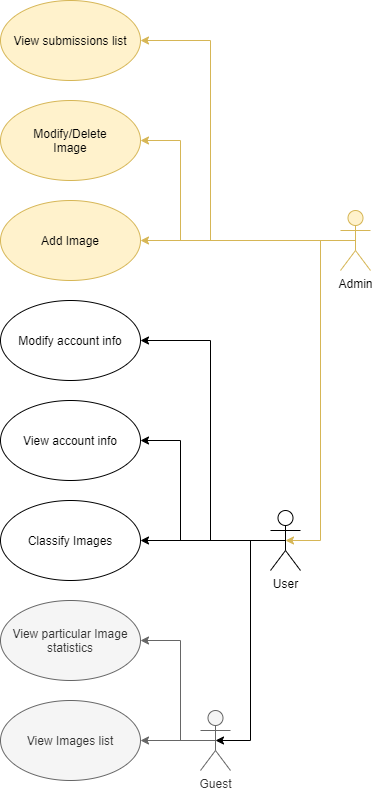
The draw.io diagram Figures/MNIST_Business_Model.png in Ahelsamahy/AFP1_MNIST, before a commit. Source tidied: cells renumbered, new cells last; positions are measured from the earlier drawing's top-left corner, leaving out a move shared by most shapes.
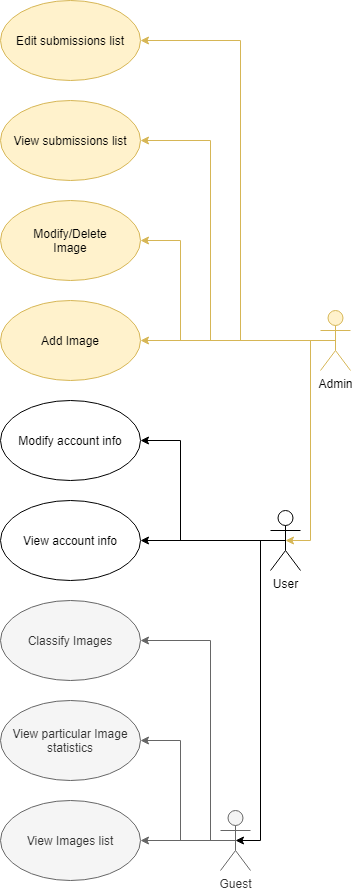
The same file after the commit.

Commit message:
Edited 3. Business model

Added edit submissions list functionality to admin

The edit, as a diff of the source:
```diff
@@ -13,52 +13,44 @@
         </Array>
       </mxGeometry>
     </mxCell>
+    <mxCell id="23" style="edgeStyle=orthogonalEdgeStyle;rounded=0;jettySize=auto;html=1;exitX=0.5;exitY=0.5;exitDx=0;exitDy=0;exitPerimeter=0;entryX=1;entryY=0.5;entryDx=0;entryDy=0;fillColor=#f5f5f5;strokeColor=#666666;" parent="1" edge="1" source="4" target="17">
+      <mxGeometry relative="1" as="geometry">
+        <Array as="points">
+          <mxPoint x="210" y="740" />
+          <mxPoint x="210" y="540" />
+        </Array>
+      </mxGeometry>
+    </mxCell>
     <mxCell id="4" value="Guest" style="shape=umlActor;verticalLabelPosition=bottom;verticalAlign=top;html=1;outlineConnect=0;fillColor=#f5f5f5;strokeColor=#666666;fontColor=#333333;" parent="1" vertex="1">
-      <mxGeometry x="200" y="710" width="30" height="60" as="geometry" />
+      <mxGeometry x="220" y="710" width="30" height="60" as="geometry" />
     </mxCell>
     <mxCell id="5" style="edgeStyle=orthogonalEdgeStyle;rounded=0;jettySize=auto;html=1;exitX=0.5;exitY=0.5;exitDx=0;exitDy=0;exitPerimeter=0;entryX=0.5;entryY=0.5;entryDx=0;entryDy=0;entryPerimeter=0;" parent="1" edge="1" source="9" target="4">
       <mxGeometry relative="1" as="geometry">
         <Array as="points">
-          <mxPoint x="250" y="540" />
-          <mxPoint x="250" y="740" />
+          <mxPoint x="260" y="440" />
+          <mxPoint x="260" y="740" />
         </Array>
       </mxGeometry>
     </mxCell>
-    <mxCell id="6" style="edgeStyle=orthogonalEdgeStyle;rounded=0;jettySize=auto;html=1;exitX=0.5;exitY=0.5;exitDx=0;exitDy=0;exitPerimeter=0;entryX=1;entryY=0.5;entryDx=0;entryDy=0;" parent="1" edge="1" source="9" target="17">
-      <mxGeometry relative="1" as="geometry">
-        <Array as="points">
-          <mxPoint x="240" y="540" />
-          <mxPoint x="240" y="540" />
-        </Array>
-      </mxGeometry>
-    </mxCell>
     <mxCell id="7" style="edgeStyle=orthogonalEdgeStyle;rounded=0;jettySize=auto;html=1;exitX=0.5;exitY=0.5;exitDx=0;exitDy=0;exitPerimeter=0;entryX=1;entryY=0.5;entryDx=0;entryDy=0;" parent="1" edge="1" source="9" target="18">
       <mxGeometry relative="1" as="geometry">
         <Array as="points">
-          <mxPoint x="180" y="540" />
-          <mxPoint x="180" y="440" />
+          <mxPoint x="240" y="440" />
+          <mxPoint x="240" y="440" />
         </Array>
       </mxGeometry>
     </mxCell>
     <mxCell id="8" style="edgeStyle=orthogonalEdgeStyle;rounded=0;jettySize=auto;html=1;exitX=0.5;exitY=0.5;exitDx=0;exitDy=0;exitPerimeter=0;entryX=1;entryY=0.5;entryDx=0;entryDy=0;" parent="1" edge="1" source="9" target="19">
       <mxGeometry relative="1" as="geometry">
         <Array as="points">
-          <mxPoint x="210" y="540" />
-          <mxPoint x="210" y="340" />
+          <mxPoint x="180" y="440" />
+          <mxPoint x="180" y="340" />
         </Array>
       </mxGeometry>
     </mxCell>
     <mxCell id="9" value="User" style="shape=umlActor;verticalLabelPosition=bottom;verticalAlign=top;html=1;outlineConnect=0;" parent="1" vertex="1">
-      <mxGeometry x="270" y="510" width="30" height="60" as="geometry" />
+      <mxGeometry x="270" y="410" width="30" height="60" as="geometry" />
     </mxCell>
-    <mxCell id="10" style="edgeStyle=orthogonalEdgeStyle;rounded=0;jettySize=auto;html=1;exitX=0.5;exitY=0.5;exitDx=0;exitDy=0;exitPerimeter=0;entryX=0.5;entryY=0.5;entryDx=0;entryDy=0;entryPerimeter=0;fillColor=#fff2cc;strokeColor=#d6b656;" parent="1" edge="1" source="14" target="9">
-      <mxGeometry relative="1" as="geometry">
-        <Array as="points">
-          <mxPoint x="320" y="240" />
-          <mxPoint x="320" y="540" />
-        </Array>
-      </mxGeometry>
-    </mxCell>
     <mxCell id="11" style="edgeStyle=orthogonalEdgeStyle;rounded=0;jettySize=auto;html=1;exitX=0.5;exitY=0.5;exitDx=0;exitDy=0;exitPerimeter=0;entryX=1;entryY=0.5;entryDx=0;entryDy=0;fillColor=#fff2cc;strokeColor=#d6b656;" parent="1" edge="1" source="14" target="21">
       <mxGeometry relative="1" as="geometry">
         <Array as="points">
@@ -78,8 +70,24 @@
         </Array>
       </mxGeometry>
     </mxCell>
+    <mxCell id="24" style="edgeStyle=orthogonalEdgeStyle;rounded=0;jettySize=auto;html=1;exitX=0.5;exitY=0.5;exitDx=0;exitDy=0;exitPerimeter=0;entryX=1;entryY=0.5;entryDx=0;entryDy=0;fillColor=#fff2cc;strokeColor=#d6b656;" parent="1" edge="1" source="14" target="25">
+      <mxGeometry relative="1" as="geometry">
+        <Array as="points">
+          <mxPoint x="240" y="240" />
+          <mxPoint x="240" y="-60" />
+        </Array>
+      </mxGeometry>
+    </mxCell>
+    <mxCell id="10" style="edgeStyle=orthogonalEdgeStyle;rounded=0;jettySize=auto;html=1;exitX=0.5;exitY=0.5;exitDx=0;exitDy=0;exitPerimeter=0;entryX=0.5;entryY=0.5;entryDx=0;entryDy=0;entryPerimeter=0;fillColor=#fff2cc;strokeColor=#d6b656;" parent="1" edge="1" source="14" target="9">
+      <mxGeometry relative="1" as="geometry">
+        <Array as="points">
+          <mxPoint x="310" y="240" />
+          <mxPoint x="310" y="440" />
+        </Array>
+      </mxGeometry>
+    </mxCell>
     <mxCell id="14" value="Admin" style="shape=umlActor;verticalLabelPosition=bottom;verticalAlign=top;html=1;outlineConnect=0;fillColor=#fff2cc;strokeColor=#d6b656;" parent="1" vertex="1">
-      <mxGeometry x="340" y="210" width="30" height="60" as="geometry" />
+      <mxGeometry x="320" y="210" width="30" height="60" as="geometry" />
     </mxCell>
     <mxCell id="15" value="View Images list" style="ellipse;whiteSpace=wrap;html=1;fillColor=#f5f5f5;strokeColor=#666666;fontColor=#333333;" parent="1" vertex="1">
       <mxGeometry y="700" width="140" height="80" as="geometry" />
@@ -87,7 +95,7 @@
     <mxCell id="16" value="View particular Image statistics" style="ellipse;whiteSpace=wrap;html=1;fillColor=#f5f5f5;strokeColor=#666666;fontColor=#333333;" parent="1" vertex="1">
       <mxGeometry y="600" width="140" height="80" as="geometry" />
     </mxCell>
-    <mxCell id="17" value="Classify Images" style="ellipse;whiteSpace=wrap;html=1;" parent="1" vertex="1">
+    <mxCell id="17" value="Classify Images" style="ellipse;whiteSpace=wrap;html=1;fillColor=#f5f5f5;fontColor=#333333;strokeColor=#666666;" parent="1" vertex="1">
       <mxGeometry y="500" width="140" height="80" as="geometry" />
     </mxCell>
     <mxCell id="18" value="View account info" style="ellipse;whiteSpace=wrap;html=1;" parent="1" vertex="1">
@@ -105,5 +113,8 @@
     <mxCell id="22" value="View&amp;nbsp;submissions list" style="ellipse;whiteSpace=wrap;html=1;fillColor=#fff2cc;strokeColor=#d6b656;" parent="1" vertex="1">
       <mxGeometry width="140" height="80" as="geometry" />
     </mxCell>
+    <mxCell id="25" value="Edit submissions list" style="ellipse;whiteSpace=wrap;html=1;fillColor=#fff2cc;strokeColor=#d6b656;" parent="1" vertex="1">
+      <mxGeometry y="-100" width="140" height="80" as="geometry" />
+    </mxCell>
   </root>
 </mxGraphModel>
```
